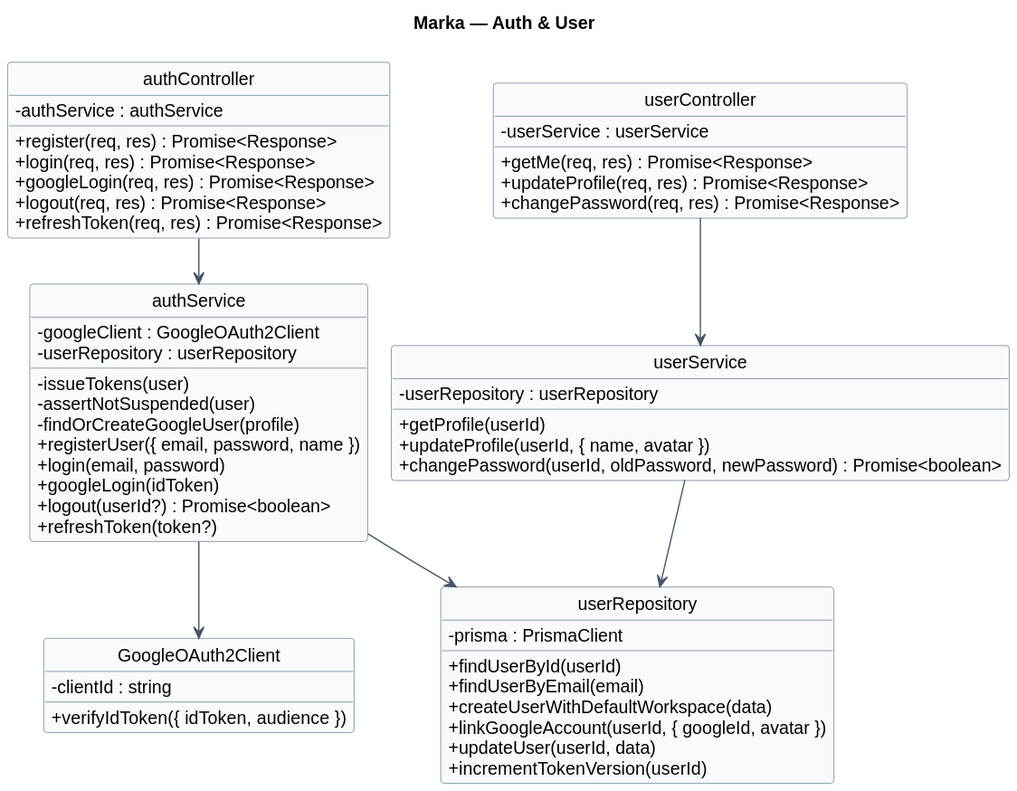
Earlier version of the PlantUML export docs/diagrams/01-auth-user.svg (Pham-Hong-Ky/marka-capstone). Its diagram source:
```plantuml
@startuml
hide circle
hide stereotype
!pragma layout smetana
title Marka — Auth & User

skinparam classAttributeIconSize 0
skinparam linetype ortho
skinparam shadowing false
skinparam defaultFontName Arial
skinparam nodesep 24
skinparam ranksep 40
skinparam class {
  BackgroundColor #F8FAFC
  BorderColor #64748B
  ArrowColor #475569
}

class "authController" as authController {
  - authService : authService
  + register(req, res) : Promise<Response>
  + login(req, res) : Promise<Response>
  + googleLogin(req, res) : Promise<Response>
  + logout(req, res) : Promise<Response>
  + refreshToken(req, res) : Promise<Response>
}

class "authService" as authService {
  - googleClient : GoogleOAuth2Client
  - userRepository : userRepository
  - issueTokens(user)
  - assertNotSuspended(user)
  - findOrCreateGoogleUser(profile)
  + registerUser({ email, password, name })
  + login(email, password)
  + googleLogin(idToken)
  + logout(userId?) : Promise<boolean>
  + refreshToken(token?)
}

class "GoogleOAuth2Client" as googleOAuthClient {
  - clientId : string
  + verifyIdToken({ idToken, audience })
}

class "userController" as userController {
  - userService : userService
  + getMe(req, res) : Promise<Response>
  + updateProfile(req, res) : Promise<Response>
  + changePassword(req, res) : Promise<Response>
}

class "userService" as userService {
  - userRepository : userRepository
  + getProfile(userId)
  + updateProfile(userId, { name, avatar })
  + changePassword(userId, oldPassword, newPassword) : Promise<boolean>
}

class "userRepository" as userRepository {
  - prisma : PrismaClient
  + findUserById(userId)
  + findUserByEmail(email)
  + createUserWithDefaultWorkspace(data)
  + linkGoogleAccount(userId, { googleId, avatar })
  + updateUser(userId, data)
  + incrementTokenVersion(userId)
}

authController --> authService
authService --> userRepository
authService --> googleOAuthClient
userController --> userService
userService --> userRepository
@enduml
```
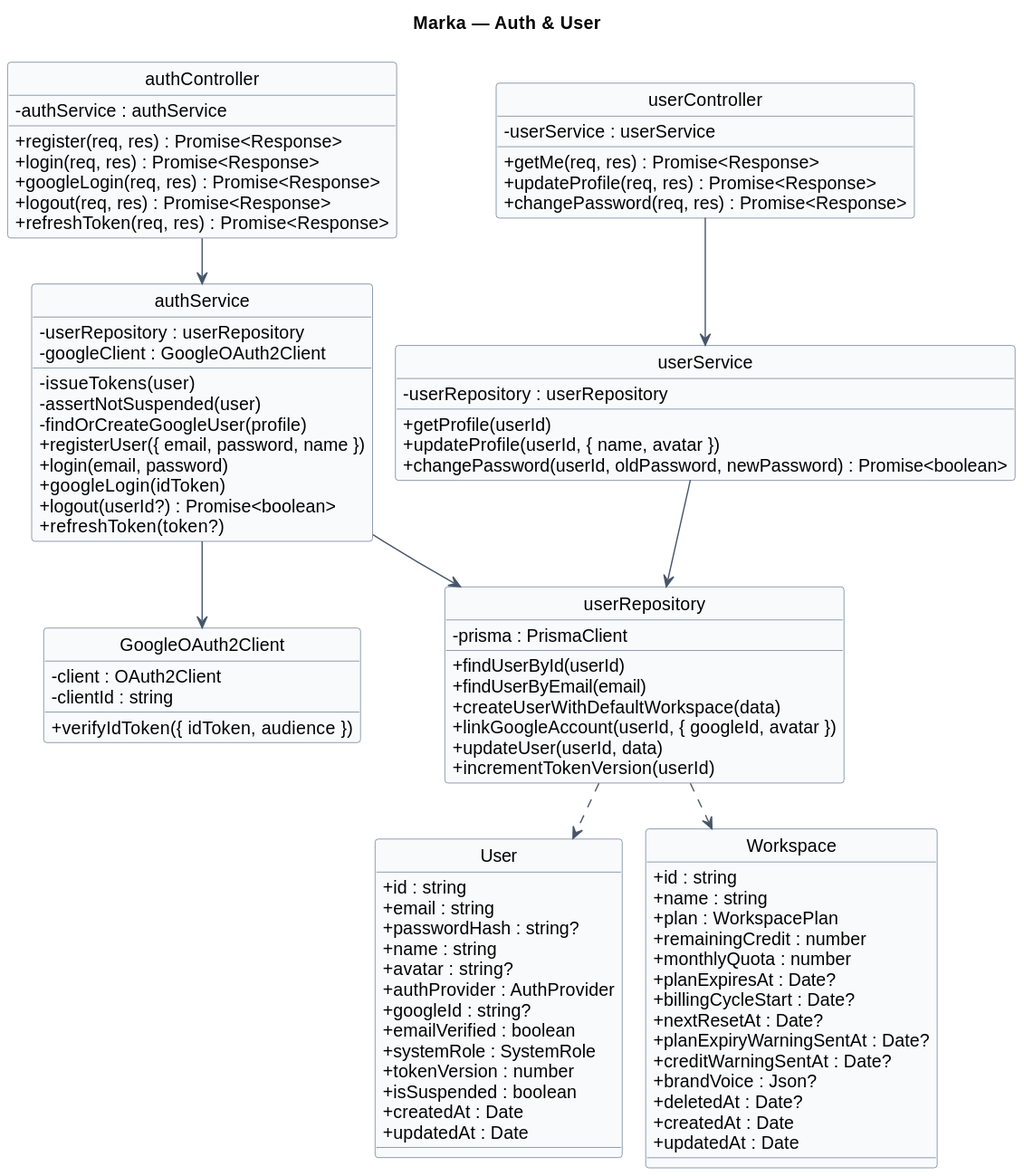
Later version of the same file.

Change to the diagram source:
```diff
@@ -8,12 +8,45 @@
 skinparam linetype ortho
 skinparam shadowing false
 skinparam defaultFontName Arial
-skinparam nodesep 24
-skinparam ranksep 40
+skinparam nodesep 40
+skinparam ranksep 50
 skinparam class {
   BackgroundColor #F8FAFC
   BorderColor #64748B
   ArrowColor #475569
+}
+
+class "User" as User {
+  + id : string
+  + email : string
+  + passwordHash : string?
+  + name : string
+  + avatar : string?
+  + authProvider : AuthProvider
+  + googleId : string?
+  + emailVerified : boolean
+  + systemRole : SystemRole
+  + tokenVersion : number
+  + isSuspended : boolean
+  + createdAt : Date
+  + updatedAt : Date
+}
+
+class "Workspace" as Workspace {
+  + id : string
+  + name : string
+  + plan : WorkspacePlan
+  + remainingCredit : number
+  + monthlyQuota : number
+  + planExpiresAt : Date?
+  + billingCycleStart : Date?
+  + nextResetAt : Date?
+  + planExpiryWarningSentAt : Date?
+  + creditWarningSentAt : Date?
+  + brandVoice : Json?
+  + deletedAt : Date?
+  + createdAt : Date
+  + updatedAt : Date
 }
 
 class "authController" as authController {
@@ -26,8 +59,8 @@
 }
 
 class "authService" as authService {
+  - userRepository : userRepository
   - googleClient : GoogleOAuth2Client
-  - userRepository : userRepository
   - issueTokens(user)
   - assertNotSuspended(user)
   - findOrCreateGoogleUser(profile)
@@ -39,6 +72,7 @@
 }
 
 class "GoogleOAuth2Client" as googleOAuthClient {
+  - client : OAuth2Client
   - clientId : string
   + verifyIdToken({ idToken, audience })
 }
@@ -72,4 +106,7 @@
 authService --> googleOAuthClient
 userController --> userService
 userService --> userRepository
+
+userRepository ..> User
+userRepository ..> Workspace
 @enduml
```
